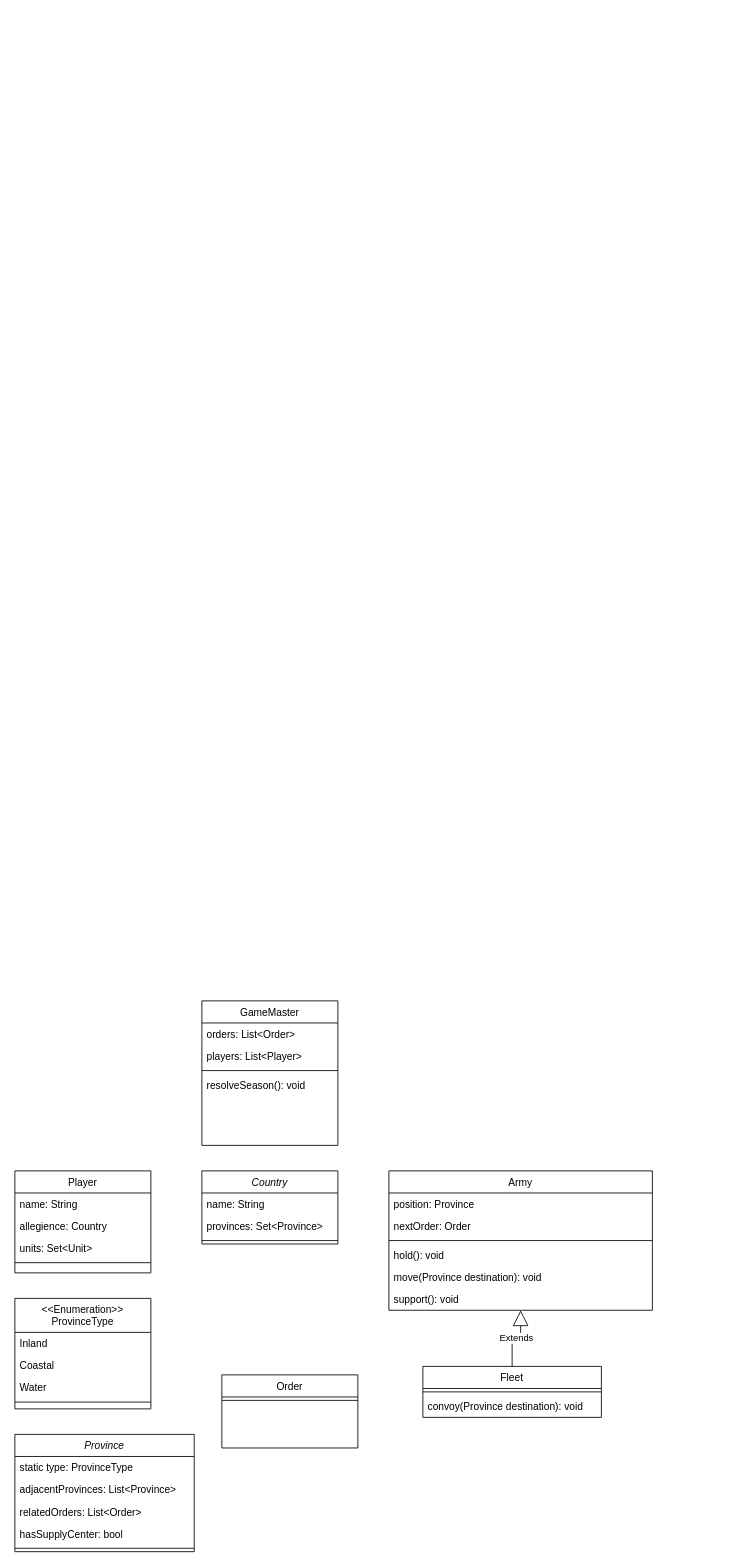
Before: docs/backend-uml.drawio in CPTR450-Diplomacy/backend, a draw.io diagram. Source tidied: cells renumbered, new cells numbered last; positions are measured from the earlier drawing's top-left corner, leaving out a move shared by most shapes. Both pictures are drawn from the tidied source at 85%, with x=0, y=0 at pixel (14, 1000).
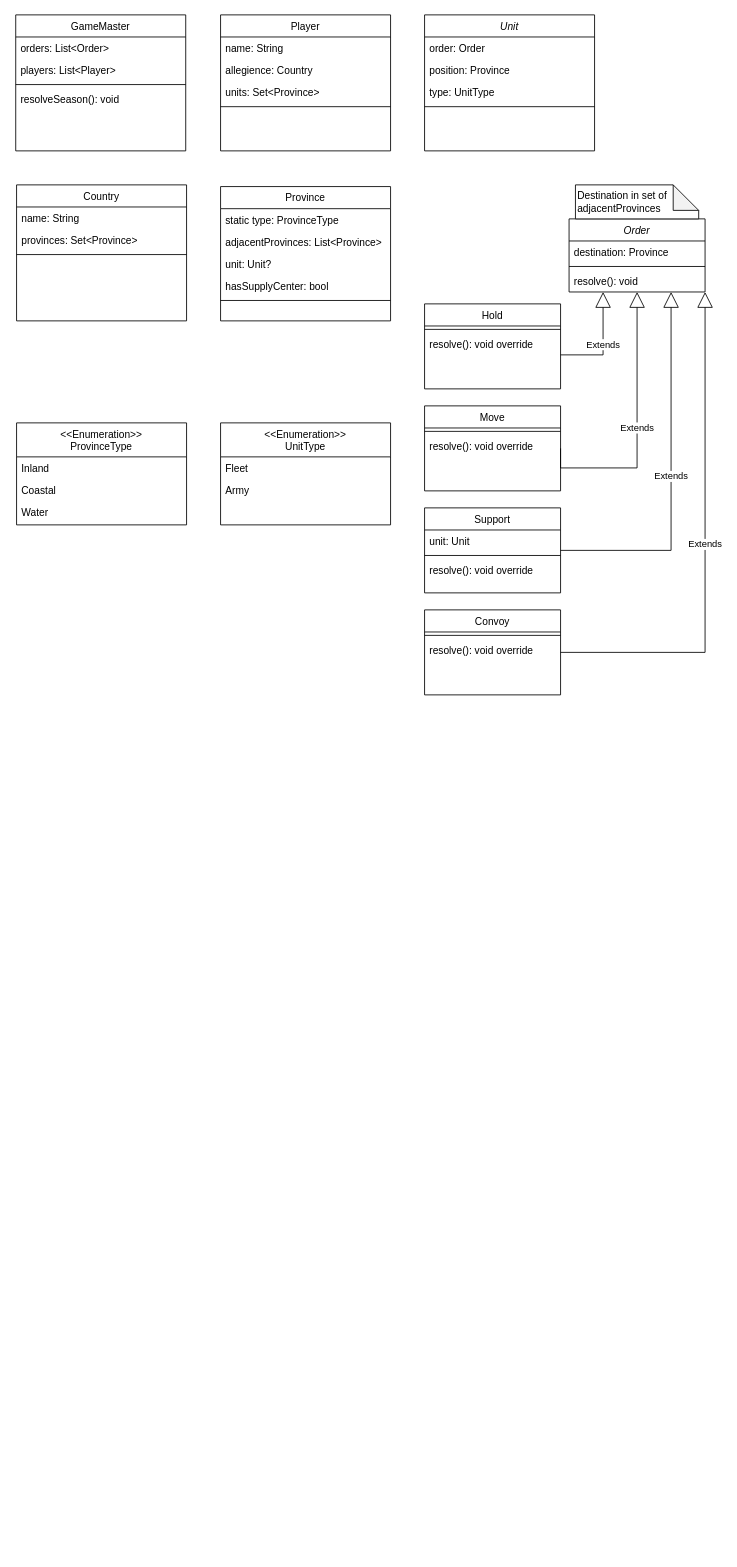
After the change.

Commit message (it also covers changes not shown here):
WIP - Doing some rethinking of various instance variables for various classes.

What changed in the source:
```diff
@@
     <mxCell id="2" value="Player" style="swimlane;fontStyle=0;align=center;verticalAlign=top;horizontal=1;startSize=26;rounded=0;shadow=0;strokeWidth=1;" parent="1" vertex="1">
-      <mxGeometry y="200" width="160" height="120" as="geometry" />
+      <mxGeometry x="242" y="-1160" width="200" height="160" as="geometry" />
     </mxCell>
     <mxCell id="3" value="name: String" style="text;align=left;verticalAlign=top;spacingLeft=4;spacingRight=4;overflow=hidden;" parent="2" vertex="1">
-      <mxGeometry y="26" width="160" height="26" as="geometry" />
+      <mxGeometry y="26" width="200" height="26" as="geometry" />
     </mxCell>
     <mxCell id="4" value="allegience: Country" style="text;align=left;verticalAlign=top;spacingLeft=4;spacingRight=4;overflow=hidden;" parent="2" vertex="1">
-      <mxGeometry y="52" width="160" height="26" as="geometry" />
+      <mxGeometry y="52" width="200" height="26" as="geometry" />
     </mxCell>
-    <mxCell id="5" value="units: Set&lt;Unit&gt;" style="text;align=left;verticalAlign=top;spacingLeft=4;spacingRight=4;overflow=hidden;" parent="2" vertex="1">
-      <mxGeometry y="78" width="160" height="26" as="geometry" />
+    <mxCell id="5" value="units: Set&lt;Province&gt;" style="text;align=left;verticalAlign=top;spacingLeft=4;spacingRight=4;overflow=hidden;" parent="2" vertex="1">
+      <mxGeometry y="78" width="200" height="26" as="geometry" />
     </mxCell>
     <mxCell id="6" style="line;html=1;strokeWidth=1;align=left;verticalAlign=middle;spacingTop=-1;spacingLeft=3;spacingRight=3;labelPosition=right;" parent="2" vertex="1">
-      <mxGeometry y="104" width="160" height="8" as="geometry" />
+      <mxGeometry y="104" width="200" height="8" as="geometry" />
     </mxCell>
-    <mxCell id="7" value="Army" style="swimlane;fontStyle=0;align=center;verticalAlign=top;horizontal=1;startSize=26;rounded=0;shadow=0;strokeWidth=1;" parent="1" vertex="1">
-      <mxGeometry x="440" y="200" width="310" height="164" as="geometry" />
-    </mxCell>
-    <mxCell id="8" value="position: Province" style="text;align=left;verticalAlign=top;spacingLeft=4;spacingRight=4;overflow=hidden;" parent="7" vertex="1">
-      <mxGeometry y="26" width="310" height="26" as="geometry" />
-    </mxCell>
-    <mxCell id="9" value="nextOrder: Order" style="text;align=left;verticalAlign=top;spacingLeft=4;spacingRight=4;overflow=hidden;" parent="7" vertex="1">
-      <mxGeometry y="52" width="310" height="26" as="geometry" />
-    </mxCell>
-    <mxCell id="10" style="line;html=1;strokeWidth=1;align=left;verticalAlign=middle;spacingTop=-1;spacingLeft=3;spacingRight=3;labelPosition=right;" parent="7" vertex="1">
-      <mxGeometry y="78" width="310" height="8" as="geometry" />
-    </mxCell>
-    <mxCell id="11" value="hold(): void" style="text;align=left;verticalAlign=top;spacingLeft=4;spacingRight=4;overflow=hidden;" parent="7" vertex="1">
-      <mxGeometry y="86" width="310" height="26" as="geometry" />
-    </mxCell>
-    <mxCell id="12" value="move(Province destination): void" style="text;align=left;verticalAlign=top;spacingLeft=4;spacingRight=4;overflow=hidden;" parent="7" vertex="1">
-      <mxGeometry y="112" width="310" height="26" as="geometry" />
-    </mxCell>
-    <mxCell id="13" value="support(): void" style="text;align=left;verticalAlign=top;spacingLeft=4;spacingRight=4;overflow=hidden;" parent="7" vertex="1">
-      <mxGeometry y="138" width="310" height="26" as="geometry" />
-    </mxCell>
-    <mxCell id="14" value="Fleet" style="swimlane;fontStyle=0;align=center;verticalAlign=top;horizontal=1;startSize=26;rounded=0;shadow=0;strokeWidth=1;" parent="1" vertex="1">
-      <mxGeometry x="480" y="430" width="210" height="60" as="geometry" />
-    </mxCell>
-    <mxCell id="15" style="line;html=1;strokeWidth=1;align=left;verticalAlign=middle;spacingTop=-1;spacingLeft=3;spacingRight=3;labelPosition=right;" parent="14" vertex="1">
-      <mxGeometry y="26" width="210" height="8" as="geometry" />
-    </mxCell>
-    <mxCell id="16" value="convoy(Province destination): void" style="text;align=left;verticalAlign=top;spacingLeft=4;spacingRight=4;overflow=hidden;" parent="14" vertex="1">
-      <mxGeometry y="34" width="210" height="26" as="geometry" />
-    </mxCell>
-    <mxCell id="17" value="Extends" style="endArrow=block;endSize=16;endFill=0;html=1;rounded=0;edgeStyle=orthogonalEdgeStyle;" parent="1" edge="1" source="14" target="7">
-      <mxGeometry relative="1" as="geometry" />
-    </mxCell>
-    <mxCell id="18" value="Province" style="swimlane;fontStyle=2;align=center;verticalAlign=top;horizontal=1;startSize=26;rounded=0;shadow=0;strokeWidth=1;" parent="1" vertex="1">
-      <mxGeometry y="510" width="211" height="138" as="geometry" />
+    <mxCell id="18" value="Province" style="swimlane;fontStyle=0;align=center;verticalAlign=top;horizontal=1;startSize=26;rounded=0;shadow=0;strokeWidth=1;" parent="1" vertex="1">
+      <mxGeometry x="242" y="-958" width="200" height="158" as="geometry" />
     </mxCell>
     <mxCell id="19" value="static type: ProvinceType" style="text;align=left;verticalAlign=top;spacingLeft=4;spacingRight=4;overflow=hidden;" parent="18" vertex="1">
-      <mxGeometry y="26" width="211" height="26" as="geometry" />
+      <mxGeometry y="26" width="200" height="26" as="geometry" />
     </mxCell>
     <mxCell id="20" value="adjacentProvinces: List&lt;Province&gt;" style="text;align=left;verticalAlign=top;spacingLeft=4;spacingRight=4;overflow=hidden;" parent="18" vertex="1">
-      <mxGeometry y="52" width="211" height="26" as="geometry" />
+      <mxGeometry y="52" width="200" height="26" as="geometry" />
     </mxCell>
-    <mxCell id="21" value="relatedOrders: List&lt;Order&gt;" style="text;align=left;verticalAlign=top;spacingLeft=4;spacingRight=4;overflow=hidden;" parent="18" vertex="1">
-      <mxGeometry y="78" width="211" height="26" as="geometry" />
+    <mxCell id="21" value="unit: Unit?" style="text;align=left;verticalAlign=top;spacingLeft=4;spacingRight=4;overflow=hidden;" parent="18" vertex="1">
+      <mxGeometry y="78" width="200" height="26" as="geometry" />
     </mxCell>
     <mxCell id="22" value="hasSupplyCenter: bool" style="text;align=left;verticalAlign=top;spacingLeft=4;spacingRight=4;overflow=hidden;" parent="18" vertex="1">
-      <mxGeometry y="104" width="211" height="26" as="geometry" />
+      <mxGeometry y="104" width="200" height="26" as="geometry" />
     </mxCell>
     <mxCell id="23" style="line;html=1;strokeWidth=1;align=left;verticalAlign=middle;spacingTop=-1;spacingLeft=3;spacingRight=3;labelPosition=right;" parent="18" vertex="1">
-      <mxGeometry y="130" width="211" height="8" as="geometry" />
+      <mxGeometry y="130" width="200" height="8" as="geometry" />
     </mxCell>
     <mxCell id="24" value="&lt;&lt;Enumeration&gt;&gt;&#10;ProvinceType" style="swimlane;fontStyle=0;align=center;verticalAlign=top;horizontal=1;startSize=40;rounded=0;shadow=0;strokeWidth=1;" parent="1" vertex="1">
-      <mxGeometry y="350" width="160" height="130" as="geometry" />
+      <mxGeometry x="2" y="-680" width="200" height="120" as="geometry" />
     </mxCell>
     <mxCell id="25" value="Inland" style="text;align=left;verticalAlign=top;spacingLeft=4;spacingRight=4;overflow=hidden;" parent="24" vertex="1">
-      <mxGeometry y="40" width="160" height="26" as="geometry" />
+      <mxGeometry y="40" width="200" height="26" as="geometry" />
     </mxCell>
     <mxCell id="26" value="Coastal" style="text;align=left;verticalAlign=top;spacingLeft=4;spacingRight=4;overflow=hidden;" parent="24" vertex="1">
-      <mxGeometry y="66" width="160" height="26" as="geometry" />
+      <mxGeometry y="66" width="200" height="26" as="geometry" />
     </mxCell>
     <mxCell id="27" value="Water" style="text;align=left;verticalAlign=top;spacingLeft=4;spacingRight=4;overflow=hidden;" parent="24" vertex="1">
-      <mxGeometry y="92" width="160" height="26" as="geometry" />
+      <mxGeometry y="92" width="200" height="28" as="geometry" />
     </mxCell>
-    <mxCell id="28" style="line;html=1;strokeWidth=1;align=left;verticalAlign=middle;spacingTop=-1;spacingLeft=3;spacingRight=3;labelPosition=right;" parent="24" vertex="1">
-      <mxGeometry y="118" width="160" height="8" as="geometry" />
-    </mxCell>
-    <mxCell id="29" value="Country" style="swimlane;fontStyle=2;align=center;verticalAlign=top;horizontal=1;startSize=26;rounded=0;shadow=0;strokeWidth=1;" parent="1" vertex="1">
-      <mxGeometry x="220" y="200" width="160" height="86" as="geometry" />
+    <mxCell id="29" value="Country" style="swimlane;fontStyle=0;align=center;verticalAlign=top;horizontal=1;startSize=26;rounded=0;shadow=0;strokeWidth=1;" parent="1" vertex="1">
+      <mxGeometry x="2" y="-960" width="200" height="160" as="geometry" />
     </mxCell>
     <mxCell id="30" value="name: String" style="text;align=left;verticalAlign=top;spacingLeft=4;spacingRight=4;overflow=hidden;" parent="29" vertex="1">
-      <mxGeometry y="26" width="160" height="26" as="geometry" />
+      <mxGeometry y="26" width="200" height="26" as="geometry" />
     </mxCell>
     <mxCell id="31" value="provinces: Set&lt;Province&gt;" style="text;align=left;verticalAlign=top;spacingLeft=4;spacingRight=4;overflow=hidden;" parent="29" vertex="1">
-      <mxGeometry y="52" width="160" height="26" as="geometry" />
+      <mxGeometry y="52" width="200" height="26" as="geometry" />
     </mxCell>
     <mxCell id="32" style="line;html=1;strokeWidth=1;align=left;verticalAlign=middle;spacingTop=-1;spacingLeft=3;spacingRight=3;labelPosition=right;" parent="29" vertex="1">
-      <mxGeometry y="78" width="160" height="8" as="geometry" />
+      <mxGeometry y="78" width="200" height="8" as="geometry" />
     </mxCell>
-    <mxCell id="33" value="Order" style="swimlane;fontStyle=0;align=center;verticalAlign=top;horizontal=1;startSize=26;rounded=0;shadow=0;strokeWidth=1;" parent="1" vertex="1">
-      <mxGeometry x="243.5" y="440" width="160" height="86" as="geometry" />
+    <mxCell id="33" value="Order" style="swimlane;fontStyle=2;align=center;verticalAlign=top;horizontal=1;startSize=26;rounded=0;shadow=0;strokeWidth=1;" parent="1" vertex="1">
+      <mxGeometry x="652" y="-920" width="160" height="86" as="geometry" />
     </mxCell>
+    <mxCell id="40" value="destination: Province" style="text;align=left;verticalAlign=top;spacingLeft=4;spacingRight=4;overflow=hidden;" parent="33" vertex="1">
+      <mxGeometry y="26" width="160" height="26" as="geometry" />
+    </mxCell>
     <mxCell id="34" style="line;html=1;strokeWidth=1;align=left;verticalAlign=middle;spacingTop=-1;spacingLeft=3;spacingRight=3;labelPosition=right;" parent="33" vertex="1">
-      <mxGeometry y="26" width="160" height="8" as="geometry" />
+      <mxGeometry y="52" width="160" height="8" as="geometry" />
     </mxCell>
+    <mxCell id="41" value="resolve(): void" style="text;align=left;verticalAlign=top;spacingLeft=4;spacingRight=4;overflow=hidden;" parent="33" vertex="1">
+      <mxGeometry y="60" width="160" height="26" as="geometry" />
+    </mxCell>
     <mxCell id="35" value="GameMaster" style="swimlane;fontStyle=0;align=center;verticalAlign=top;horizontal=1;startSize=26;rounded=0;shadow=0;strokeWidth=1;" parent="1" vertex="1">
-      <mxGeometry x="220" width="160" height="170" as="geometry" />
+      <mxGeometry x="1" y="-1160" width="200" height="160" as="geometry" />
     </mxCell>
     <mxCell id="36" value="orders: List&lt;Order&gt;" style="text;align=left;verticalAlign=top;spacingLeft=4;spacingRight=4;overflow=hidden;" parent="35" vertex="1">
-      <mxGeometry y="26" width="160" height="26" as="geometry" />
+      <mxGeometry y="26" width="200" height="26" as="geometry" />
     </mxCell>
     <mxCell id="37" value="players: List&lt;Player&gt;" style="text;align=left;verticalAlign=top;spacingLeft=4;spacingRight=4;overflow=hidden;" parent="35" vertex="1">
-      <mxGeometry y="52" width="160" height="26" as="geometry" />
+      <mxGeometry y="52" width="200" height="26" as="geometry" />
     </mxCell>
     <mxCell id="38" style="line;html=1;strokeWidth=1;align=left;verticalAlign=middle;spacingTop=-1;spacingLeft=3;spacingRight=3;labelPosition=right;" parent="35" vertex="1">
-      <mxGeometry y="78" width="160" height="8" as="geometry" />
+      <mxGeometry y="78" width="200" height="8" as="geometry" />
     </mxCell>
     <mxCell id="39" value="resolveSeason(): void" style="text;align=left;verticalAlign=top;spacingLeft=4;spacingRight=4;overflow=hidden;" parent="35" vertex="1">
-      <mxGeometry y="86" width="160" height="26" as="geometry" />
+      <mxGeometry y="86" width="200" height="26" as="geometry" />
     </mxCell>
+    <mxCell id="42" value="Unit" style="swimlane;fontStyle=2;align=center;verticalAlign=top;horizontal=1;startSize=26;rounded=0;shadow=0;strokeWidth=1;" parent="1" vertex="1">
+      <mxGeometry x="482" y="-1160" width="200" height="160" as="geometry" />
+    </mxCell>
+    <mxCell id="43" value="order: Order" style="text;align=left;verticalAlign=top;spacingLeft=4;spacingRight=4;overflow=hidden;" parent="42" vertex="1">
+      <mxGeometry y="26" width="200" height="26" as="geometry" />
+    </mxCell>
+    <mxCell id="8" value="position: Province" style="text;align=left;verticalAlign=top;spacingLeft=4;spacingRight=4;overflow=hidden;" parent="42" vertex="1">
+      <mxGeometry y="52" width="200" height="26" as="geometry" />
+    </mxCell>
+    <mxCell id="44" value="type: UnitType" style="text;align=left;verticalAlign=top;spacingLeft=4;spacingRight=4;overflow=hidden;" parent="42" vertex="1">
+      <mxGeometry y="78" width="200" height="26" as="geometry" />
+    </mxCell>
+    <mxCell id="45" style="line;html=1;strokeWidth=1;align=left;verticalAlign=middle;spacingTop=-1;spacingLeft=3;spacingRight=3;labelPosition=right;" parent="42" vertex="1">
+      <mxGeometry y="104" width="200" height="8" as="geometry" />
+    </mxCell>
+    <mxCell id="46" value="Destination in set of adjacentProvinces" style="shape=note;whiteSpace=wrap;html=1;backgroundOutline=1;darkOpacity=0.05;align=left;" parent="1" vertex="1">
+      <mxGeometry x="659.5" y="-960" width="145" height="40" as="geometry" />
+    </mxCell>
+    <mxCell id="47" value="Hold" style="swimlane;fontStyle=0;align=center;verticalAlign=top;horizontal=1;startSize=26;rounded=0;shadow=0;strokeWidth=1;" parent="1" vertex="1">
+      <mxGeometry x="482" y="-820" width="160" height="100" as="geometry" />
+    </mxCell>
+    <mxCell id="48" style="line;html=1;strokeWidth=1;align=left;verticalAlign=middle;spacingTop=-1;spacingLeft=3;spacingRight=3;labelPosition=right;" parent="47" vertex="1">
+      <mxGeometry y="26" width="160" height="8" as="geometry" />
+    </mxCell>
+    <mxCell id="49" value="resolve(): void override" style="text;align=left;verticalAlign=top;spacingLeft=4;spacingRight=4;overflow=hidden;" parent="47" vertex="1">
+      <mxGeometry y="34" width="160" height="26" as="geometry" />
+    </mxCell>
+    <mxCell id="50" value="Extends" style="endArrow=block;endSize=16;endFill=0;html=1;rounded=0;edgeStyle=orthogonalEdgeStyle;entryX=0.25;entryY=1;entryDx=0;entryDy=0;" parent="1" edge="1" source="47" target="33">
+      <mxGeometry relative="1" as="geometry">
+        <Array as="points">
+          <mxPoint x="692" y="-760" />
+        </Array>
+      </mxGeometry>
+    </mxCell>
+    <mxCell id="51" value="Move" style="swimlane;fontStyle=0;align=center;verticalAlign=top;horizontal=1;startSize=26;rounded=0;shadow=0;strokeWidth=1;" parent="1" vertex="1">
+      <mxGeometry x="482" y="-700" width="160" height="100" as="geometry" />
+    </mxCell>
+    <mxCell id="52" style="line;html=1;strokeWidth=1;align=left;verticalAlign=middle;spacingTop=-1;spacingLeft=3;spacingRight=3;labelPosition=right;" parent="51" vertex="1">
+      <mxGeometry y="26" width="160" height="8" as="geometry" />
+    </mxCell>
+    <mxCell id="53" value="resolve(): void override" style="text;align=left;verticalAlign=top;spacingLeft=4;spacingRight=4;overflow=hidden;" parent="51" vertex="1">
+      <mxGeometry y="34" width="160" height="26" as="geometry" />
+    </mxCell>
+    <mxCell id="54" value="Support" style="swimlane;fontStyle=0;align=center;verticalAlign=top;horizontal=1;startSize=26;rounded=0;shadow=0;strokeWidth=1;" parent="1" vertex="1">
+      <mxGeometry x="482" y="-580" width="160" height="100" as="geometry" />
+    </mxCell>
+    <mxCell id="55" value="unit: Unit" style="text;align=left;verticalAlign=top;spacingLeft=4;spacingRight=4;overflow=hidden;" parent="54" vertex="1">
+      <mxGeometry y="26" width="160" height="26" as="geometry" />
+    </mxCell>
+    <mxCell id="56" style="line;html=1;strokeWidth=1;align=left;verticalAlign=middle;spacingTop=-1;spacingLeft=3;spacingRight=3;labelPosition=right;" parent="54" vertex="1">
+      <mxGeometry y="52" width="160" height="8" as="geometry" />
+    </mxCell>
+    <mxCell id="57" value="resolve(): void override" style="text;align=left;verticalAlign=top;spacingLeft=4;spacingRight=4;overflow=hidden;" parent="54" vertex="1">
+      <mxGeometry y="60" width="160" height="26" as="geometry" />
+    </mxCell>
+    <mxCell id="58" value="Convoy" style="swimlane;fontStyle=0;align=center;verticalAlign=top;horizontal=1;startSize=26;rounded=0;shadow=0;strokeWidth=1;" parent="1" vertex="1">
+      <mxGeometry x="482" y="-460" width="160" height="100" as="geometry" />
+    </mxCell>
+    <mxCell id="59" style="line;html=1;strokeWidth=1;align=left;verticalAlign=middle;spacingTop=-1;spacingLeft=3;spacingRight=3;labelPosition=right;" parent="58" vertex="1">
+      <mxGeometry y="26" width="160" height="8" as="geometry" />
+    </mxCell>
+    <mxCell id="60" value="resolve(): void override" style="text;align=left;verticalAlign=top;spacingLeft=4;spacingRight=4;overflow=hidden;" parent="58" vertex="1">
+      <mxGeometry y="34" width="160" height="26" as="geometry" />
+    </mxCell>
+    <mxCell id="61" value="Extends" style="endArrow=block;endSize=16;endFill=0;html=1;rounded=0;edgeStyle=orthogonalEdgeStyle;entryX=0.5;entryY=1;entryDx=0;entryDy=0;exitX=1;exitY=0.5;exitDx=0;exitDy=0;" parent="1" edge="1" source="51" target="33">
+      <mxGeometry relative="1" as="geometry">
+        <Array as="points">
+          <mxPoint x="732" y="-627" />
+        </Array>
+      </mxGeometry>
+    </mxCell>
+    <mxCell id="62" value="Extends" style="endArrow=block;endSize=16;endFill=0;html=1;rounded=0;edgeStyle=orthogonalEdgeStyle;entryX=0.75;entryY=1;entryDx=0;entryDy=0;exitX=1;exitY=0.5;exitDx=0;exitDy=0;" parent="1" edge="1" source="54" target="33">
+      <mxGeometry relative="1" as="geometry">
+        <Array as="points">
+          <mxPoint x="772" y="-530" />
+        </Array>
+      </mxGeometry>
+    </mxCell>
+    <mxCell id="63" value="Extends" style="endArrow=block;endSize=16;endFill=0;html=1;rounded=0;edgeStyle=orthogonalEdgeStyle;entryX=1;entryY=1;entryDx=0;entryDy=0;exitX=1;exitY=0.5;exitDx=0;exitDy=0;" parent="1" edge="1" source="58" target="33">
+      <mxGeometry relative="1" as="geometry">
+        <Array as="points">
+          <mxPoint x="812" y="-410" />
+        </Array>
+      </mxGeometry>
+    </mxCell>
+    <mxCell id="64" value="&lt;&lt;Enumeration&gt;&gt;&#10;UnitType" style="swimlane;fontStyle=0;align=center;verticalAlign=top;horizontal=1;startSize=40;rounded=0;shadow=0;strokeWidth=1;" parent="1" vertex="1">
+      <mxGeometry x="242" y="-680" width="200" height="120" as="geometry" />
+    </mxCell>
+    <mxCell id="14" value="Fleet" style="text;align=left;verticalAlign=top;spacingLeft=4;spacingRight=4;overflow=hidden;points=[[0,0.5],[1,0.5]];portConstraint=eastwest;" parent="64" vertex="1">
+      <mxGeometry y="40" width="200" height="26" as="geometry" />
+    </mxCell>
+    <mxCell id="7" value="Army" style="text;align=left;verticalAlign=top;spacingLeft=4;spacingRight=4;overflow=hidden;points=[[0,0.5],[1,0.5]];portConstraint=eastwest;" parent="64" vertex="1">
+      <mxGeometry y="66" width="200" height="26" as="geometry" />
+    </mxCell>
```
